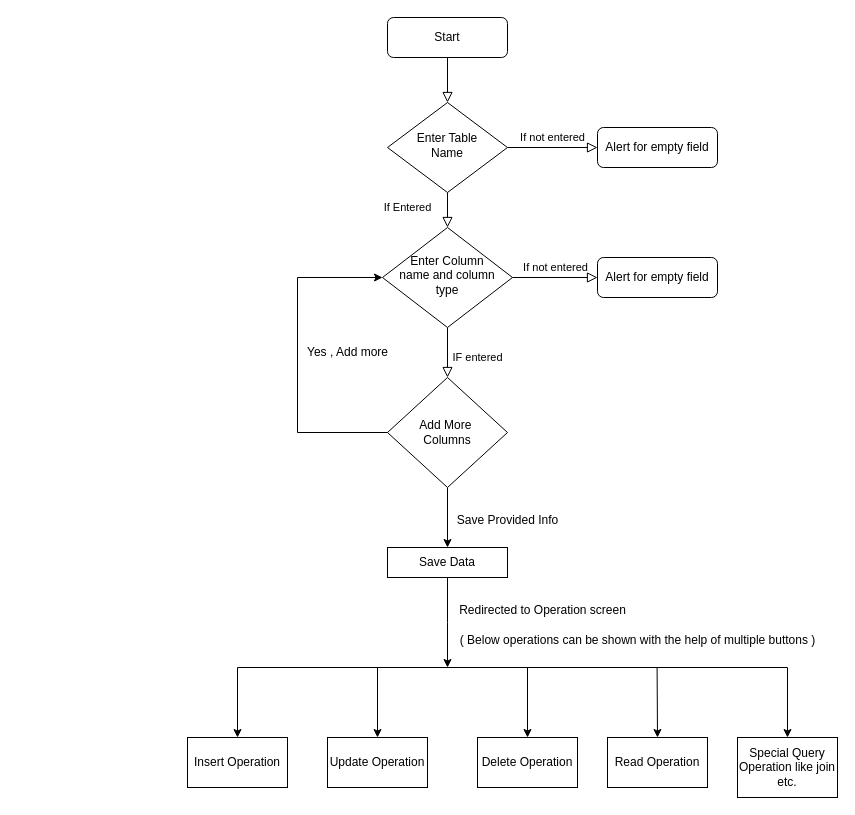
Before: db_module_geomaster.drawio in MohitThakur001/FlowCharts, a draw.io diagram. Source tidied: cells renumbered, new cells numbered last; positions are measured from the earlier drawing's top-left corner, leaving out a move shared by most shapes. Both pictures are drawn from the tidied source at 100%, with x=0, y=0 at pixel (187, 17).
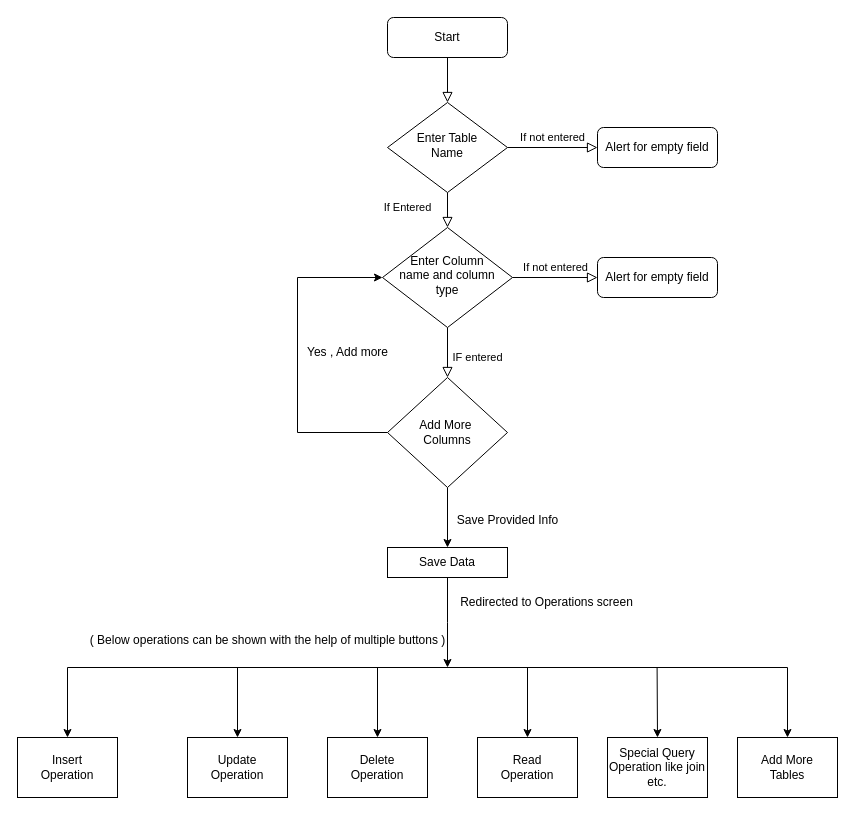
After the change.

What changed in the source:
```diff
@@
-    <mxCell id="19" value="Redirected to Operation screen" style="text;html=1;align=center;verticalAlign=middle;strokeColor=none;fillColor=none;" parent="1" vertex="1">
-      <mxGeometry x="260" y="578" width="190" height="30" as="geometry" />
+    <mxCell id="19" value="Redirected to Operations screen" style="text;html=1;align=center;verticalAlign=middle;strokeColor=none;fillColor=none;" parent="1" vertex="1">
+      <mxGeometry x="259" y="570" width="200" height="30" as="geometry" />
     </mxCell>
     <mxCell id="20" style="endArrow=none;html=1;rounded=0;" parent="1" edge="1">
       <mxGeometry relative="1" as="geometry">
-        <mxPoint x="50" y="650" as="sourcePoint" />
+        <mxPoint x="-120" y="650" as="sourcePoint" />
         <mxPoint x="600" y="650" as="targetPoint" />
       </mxGeometry>
     </mxCell>
@@
-    <mxCell id="25" value="&lt;span style=&quot;font-style: normal;&quot;&gt;Insert Operation&lt;/span&gt;" style="rounded=0;whiteSpace=wrap;html=1;fontStyle=2;" parent="1" vertex="1">
-      <mxGeometry y="720" width="100" height="50" as="geometry" />
+    <mxCell id="25" value="&lt;span style=&quot;font-style: normal;&quot;&gt;Update &lt;br&gt;Operation&lt;/span&gt;" style="rounded=0;whiteSpace=wrap;html=1;fontStyle=2;" parent="1" vertex="1">
+      <mxGeometry y="720" width="100" height="60" as="geometry" />
     </mxCell>
-    <mxCell id="26" value="&lt;span style=&quot;font-style: normal;&quot;&gt;Update Operation&lt;/span&gt;" style="rounded=0;whiteSpace=wrap;html=1;fontStyle=2;" parent="1" vertex="1">
-      <mxGeometry x="140" y="720" width="100" height="50" as="geometry" />
+    <mxCell id="26" value="&lt;span style=&quot;font-style: normal;&quot;&gt;Delete &lt;br&gt;Operation&lt;/span&gt;" style="rounded=0;whiteSpace=wrap;html=1;fontStyle=2;" parent="1" vertex="1">
+      <mxGeometry x="140" y="720" width="100" height="60" as="geometry" />
     </mxCell>
-    <mxCell id="27" value="&lt;span style=&quot;font-style: normal;&quot;&gt;Delete Operation&lt;/span&gt;" style="rounded=0;whiteSpace=wrap;html=1;fontStyle=2;" parent="1" vertex="1">
-      <mxGeometry x="290" y="720" width="100" height="50" as="geometry" />
+    <mxCell id="27" value="&lt;span style=&quot;font-style: normal;&quot;&gt;Read &lt;br&gt;Operation&lt;/span&gt;" style="rounded=0;whiteSpace=wrap;html=1;fontStyle=2;" parent="1" vertex="1">
+      <mxGeometry x="290" y="720" width="100" height="60" as="geometry" />
     </mxCell>
-    <mxCell id="28" value="&lt;span style=&quot;font-style: normal;&quot;&gt;Read Operation&lt;/span&gt;" style="rounded=0;whiteSpace=wrap;html=1;fontStyle=2;" parent="1" vertex="1">
-      <mxGeometry x="420" y="720" width="100" height="50" as="geometry" />
+    <mxCell id="28" value="&lt;span style=&quot;font-style: normal;&quot;&gt;Special Query Operation like join etc.&lt;/span&gt;" style="rounded=0;whiteSpace=wrap;html=1;fontStyle=2;" parent="1" vertex="1">
+      <mxGeometry x="420" y="720" width="100" height="60" as="geometry" />
     </mxCell>
@@
-    <mxCell id="30" value="&lt;span style=&quot;font-style: normal;&quot;&gt;Special Query Operation like join etc.&lt;/span&gt;" style="rounded=0;whiteSpace=wrap;html=1;fontStyle=2;" parent="1" vertex="1">
+    <mxCell id="30" value="&lt;span style=&quot;font-style: normal;&quot;&gt;Add More &lt;br&gt;Tables&lt;/span&gt;" style="rounded=0;whiteSpace=wrap;html=1;fontStyle=2;" parent="1" vertex="1">
       <mxGeometry x="550" y="720" width="100" height="60" as="geometry" />
     </mxCell>
     <mxCell id="31" value="( Below operations can be shown with the help of multiple buttons )" style="text;html=1;align=center;verticalAlign=middle;strokeColor=none;fillColor=none;" parent="1" vertex="1">
-      <mxGeometry x="260" y="608" width="380" height="30" as="geometry" />
+      <mxGeometry x="-110" y="608" width="380" height="30" as="geometry" />
     </mxCell>
+    <mxCell id="32" style="endArrow=classic;html=1;rounded=0;entryX=0.5;entryY=0;entryDx=0;entryDy=0;" parent="1" edge="1" target="33">
+      <mxGeometry relative="1" as="geometry">
+        <mxPoint x="-120" y="650" as="sourcePoint" />
+      </mxGeometry>
+    </mxCell>
+    <mxCell id="33" value="&lt;span style=&quot;font-style: normal;&quot;&gt;Insert &lt;br&gt;Operation&lt;/span&gt;" style="rounded=0;whiteSpace=wrap;html=1;fontStyle=2;" parent="1" vertex="1">
+      <mxGeometry x="-170" y="720" width="100" height="60" as="geometry" />
+    </mxCell>
```
